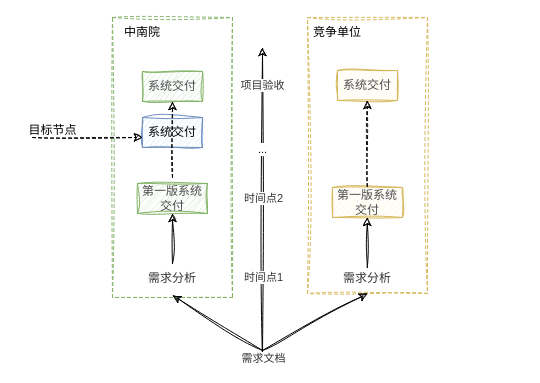
Above: 低代码—交付速度—预期.drawio in tangyaosimida/love (draw.io), before the change. Source tidied: cells renumbered, new cells numbered last; positions are measured from the earlier drawing's top-left corner, leaving out a move shared by most shapes. Both pictures are drawn from the tidied source at 100%, with x=0, y=0 at pixel (17, 17).
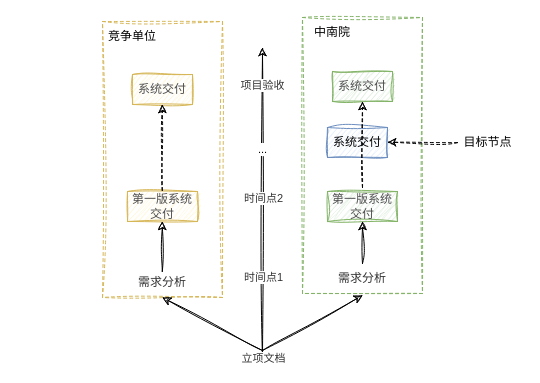
Above is the later version.

Commit message:
更新低代码—交付速度—预期.drawio

The change refers to these unchanged cells:
```xml
<mxCell id="5" style="endArrow=classic;html=1;rounded=0;sketch=1;curveFitting=1;jiggle=2;" parent="1" edge="1">
  <mxGeometry relative="1" as="geometry">
    <mxPoint x="245" y="340" as="sourcePoint" />
    <mxPoint x="245" y="30" as="targetPoint" />
  </mxGeometry>
</mxCell>
```

What changed in the source:
```diff
@@
     <mxCell id="2" value="系统交付" style="text;html=1;align=center;verticalAlign=middle;whiteSpace=wrap;rounded=0;fillColor=#dae8fc;strokeColor=#6c8ebf;sketch=1;curveFitting=1;jiggle=2;" parent="1" vertex="1">
-      <mxGeometry x="125" y="100" width="60" height="30" as="geometry" />
+      <mxGeometry x="310" y="110" width="60" height="30" as="geometry" />
     </mxCell>
     <mxCell id="3" style="rounded=0;whiteSpace=wrap;html=1;fillColor=none;dashed=1;strokeColor=#d6b656;sketch=1;curveFitting=1;jiggle=2;" parent="1" vertex="1">
-      <mxGeometry x="290" width="120" height="276" as="geometry" />
+      <mxGeometry x="85" y="4" width="120" height="276" as="geometry" />
     </mxCell>
     <mxCell id="4" style="rounded=0;whiteSpace=wrap;html=1;fillColor=none;dashed=1;strokeColor=#82b366;sketch=1;curveFitting=1;jiggle=2;" parent="1" vertex="1">
-      <mxGeometry x="95" width="120" height="280" as="geometry" />
+      <mxGeometry x="285" width="120" height="276" as="geometry" />
     </mxCell>
@@
-    <mxCell id="7" value="需求文档" style="edgeLabel;html=1;align=center;verticalAlign=middle;fontColor=#333333;" parent="5" vertex="1">
+    <mxCell id="7" value="立项文档" style="edgeLabel;html=1;align=center;verticalAlign=middle;fontColor=#333333;" parent="5" vertex="1">
       <mxGeometry x="-0.89" relative="1" as="geometry">
         <mxPoint y="17" as="offset" />
       </mxGeometry>
     </mxCell>
@@
     <mxCell id="11" value="需求分析" style="text;html=1;align=center;verticalAlign=middle;whiteSpace=wrap;rounded=0;fontColor=#333333;" parent="1" vertex="1">
-      <mxGeometry x="125" y="246" width="60" height="30" as="geometry" />
+      <mxGeometry x="315" y="246" width="60" height="30" as="geometry" />
     </mxCell>
     <mxCell id="12" value="需求分析" style="text;html=1;align=center;verticalAlign=middle;whiteSpace=wrap;rounded=0;fontColor=#333333;" parent="1" vertex="1">
-      <mxGeometry x="320" y="246" width="60" height="30" as="geometry" />
+      <mxGeometry x="115" y="250" width="60" height="30" as="geometry" />
     </mxCell>
     <mxCell id="13" value="第一版系统交付" style="text;html=1;align=center;verticalAlign=middle;whiteSpace=wrap;rounded=0;fillColor=#d5e8d4;strokeColor=#82b366;fontColor=#4D4D4D;sketch=1;curveFitting=1;jiggle=2;" parent="1" vertex="1">
-      <mxGeometry x="120" y="166" width="70" height="30" as="geometry" />
+      <mxGeometry x="310" y="174" width="70" height="30" as="geometry" />
     </mxCell>
     <mxCell id="14" value="第一版系统交付" style="text;html=1;align=center;verticalAlign=middle;whiteSpace=wrap;rounded=0;fillColor=#fff2cc;strokeColor=#d6b656;fontColor=#4D4D4D;sketch=1;curveFitting=1;jiggle=2;" parent="1" vertex="1">
-      <mxGeometry x="315" y="170" width="70" height="30" as="geometry" />
+      <mxGeometry x="110" y="174" width="70" height="30" as="geometry" />
     </mxCell>
@@
     <mxCell id="18" style="endArrow=classic;html=1;rounded=0;exitX=0.5;exitY=0;exitDx=0;exitDy=0;entryX=0.5;entryY=1;entryDx=0;entryDy=0;sketch=1;curveFitting=1;jiggle=2;" parent="1" edge="1">
       <mxGeometry relative="1" as="geometry">
-        <mxPoint x="349.8" y="250" as="sourcePoint" />
-        <mxPoint x="349.8" y="200" as="targetPoint" />
+        <mxPoint x="144.8" y="254" as="sourcePoint" />
+        <mxPoint x="144.8" y="204" as="targetPoint" />
       </mxGeometry>
     </mxCell>
     <mxCell id="19" value="系统交付" style="text;html=1;align=center;verticalAlign=middle;whiteSpace=wrap;rounded=0;fillColor=#d5e8d4;strokeColor=#82b366;fontColor=#4D4D4D;sketch=1;curveFitting=1;jiggle=2;" parent="1" vertex="1">
-      <mxGeometry x="125" y="54" width="60" height="30" as="geometry" />
+      <mxGeometry x="315" y="54" width="60" height="30" as="geometry" />
     </mxCell>
     <mxCell id="20" value="系统交付" style="text;html=1;align=center;verticalAlign=middle;whiteSpace=wrap;rounded=0;fillColor=#fff2cc;strokeColor=#d6b656;fontColor=#4D4D4D;sketch=1;curveFitting=1;jiggle=2;" parent="1" vertex="1">
-      <mxGeometry x="320" y="53" width="60" height="30" as="geometry" />
+      <mxGeometry x="115" y="57" width="60" height="30" as="geometry" />
     </mxCell>
     <mxCell id="21" style="endArrow=classic;html=1;rounded=0;entryX=0.5;entryY=1;entryDx=0;entryDy=0;dashed=1;sketch=1;curveFitting=1;jiggle=2;" parent="1" edge="1" target="19">
       <mxGeometry relative="1" as="geometry">
-        <mxPoint x="155" y="160" as="sourcePoint" />
+        <mxPoint x="345" y="170" as="sourcePoint" />
       </mxGeometry>
     </mxCell>
     <mxCell id="22" style="endArrow=classic;html=1;rounded=0;entryX=0.5;entryY=1;entryDx=0;entryDy=0;dashed=1;sketch=1;curveFitting=1;jiggle=2;" parent="1" edge="1">
       <mxGeometry relative="1" as="geometry">
-        <mxPoint x="349.8" y="169" as="sourcePoint" />
-        <mxPoint x="349.8" y="83" as="targetPoint" />
+        <mxPoint x="144.8" y="173" as="sourcePoint" />
+        <mxPoint x="144.8" y="87" as="targetPoint" />
       </mxGeometry>
     </mxCell>
     <mxCell id="23" value="中南院" style="text;html=1;align=center;verticalAlign=middle;whiteSpace=wrap;rounded=0;" parent="1" vertex="1">
-      <mxGeometry x="95" width="60" height="30" as="geometry" />
+      <mxGeometry x="285" width="60" height="30" as="geometry" />
     </mxCell>
     <mxCell id="24" value="竞争单位" style="text;html=1;align=center;verticalAlign=middle;whiteSpace=wrap;rounded=0;" parent="1" vertex="1">
-      <mxGeometry x="290" width="60" height="30" as="geometry" />
+      <mxGeometry x="85" y="4" width="60" height="30" as="geometry" />
     </mxCell>
     <mxCell id="25" style="endArrow=classic;html=1;rounded=0;dashed=1;sketch=1;curveFitting=1;jiggle=2;" parent="1" edge="1">
       <mxGeometry relative="1" as="geometry">
-        <mxPoint x="15" y="120" as="sourcePoint" />
-        <mxPoint x="125" y="120" as="targetPoint" />
+        <mxPoint x="440" y="125.1" as="sourcePoint" />
+        <mxPoint x="370" y="124.8" as="targetPoint" />
       </mxGeometry>
     </mxCell>
     <mxCell id="26" value="目标节点" style="text;html=1;align=center;verticalAlign=middle;strokeColor=none;fillColor=none;sketch=1;curveFitting=1;jiggle=2;" parent="1" vertex="1">
-      <mxGeometry y="98" width="70" height="30" as="geometry" />
+      <mxGeometry x="435" y="110" width="70" height="30" as="geometry" />
     </mxCell>
```
